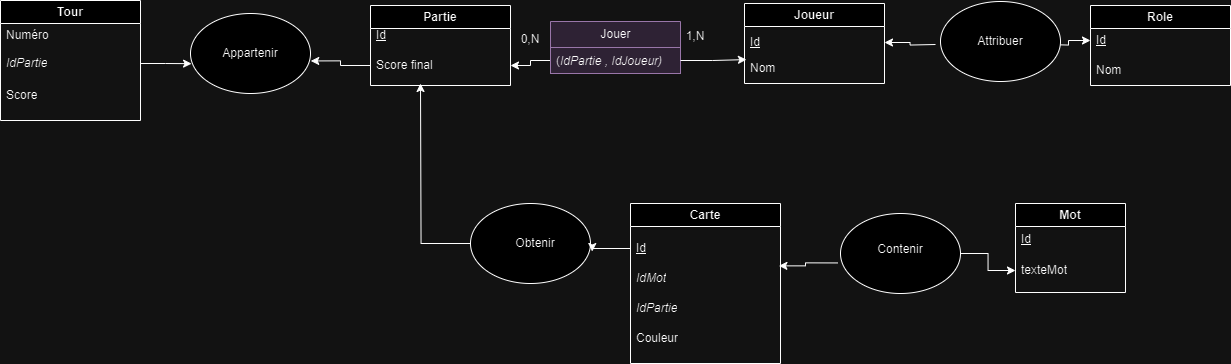
Above: Diagramme_Entités.drawio.png in Asuraa3/POLYNAMES (draw.io), before the change. Source tidied: cells renumbered, new cells last; positions are measured from the earlier drawing's top-left corner, leaving out a move shared by most shapes.
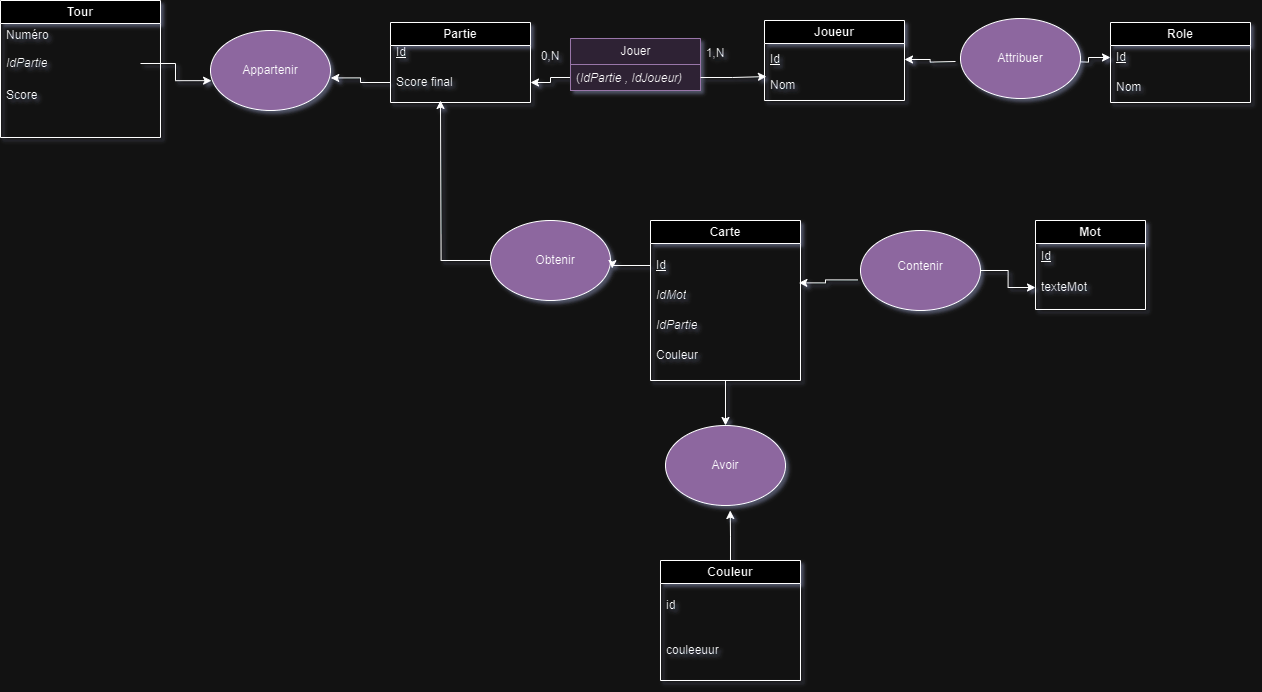
After the commit.

The edit, as a diff of the source:
```diff
@@ -38,6 +38,9 @@
     <mxCell id="13" value="Nom" style="text;strokeColor=none;fillColor=none;align=left;verticalAlign=middle;spacingLeft=4;spacingRight=4;overflow=hidden;points=[[0,0.5],[1,0.5]];portConstraint=eastwest;whiteSpace=wrap;html=1;" parent="11" vertex="1">
       <mxGeometry y="50" width="140" height="30" as="geometry" />
     </mxCell>
+    <mxCell id="45" style="edgeStyle=orthogonalEdgeStyle;rounded=0;jettySize=auto;html=1;exitX=0.5;exitY=1;exitDx=0;exitDy=0;entryX=0.5;entryY=0;entryDx=0;entryDy=0;" parent="1" edge="1" source="14" target="50">
+      <mxGeometry relative="1" as="geometry" />
+    </mxCell>
     <mxCell id="14" value="Carte" style="swimlane;whiteSpace=wrap;html=1;" parent="1" vertex="1">
       <mxGeometry x="630" y="203" width="150" height="160" as="geometry" />
     </mxCell>
@@ -54,7 +57,7 @@
       <mxGeometry y="120" width="140" height="30" as="geometry" />
     </mxCell>
     <mxCell id="19" value="Tour" style="swimlane;whiteSpace=wrap;html=1;" parent="1" vertex="1">
-      <mxGeometry width="140" height="120" as="geometry" />
+      <mxGeometry x="-20" y="-17" width="160" height="137" as="geometry" />
     </mxCell>
     <mxCell id="20" value="Numéro" style="text;strokeColor=none;fillColor=none;align=left;verticalAlign=middle;spacingLeft=4;spacingRight=4;overflow=hidden;whiteSpace=wrap;html=1;" parent="19" vertex="1">
       <mxGeometry y="20" width="140" height="30" as="geometry" />
@@ -99,13 +102,13 @@
     <mxCell id="32" style="edgeStyle=orthogonalEdgeStyle;rounded=0;jettySize=auto;html=1;exitX=-0.021;exitY=0.618;exitDx=0;exitDy=0;entryX=1.06;entryY=0.079;entryDx=0;entryDy=0;entryPerimeter=0;exitPerimeter=0;" parent="1" edge="1" source="35" target="16">
       <mxGeometry relative="1" as="geometry" />
     </mxCell>
-    <mxCell id="33" style="ellipse;whiteSpace=wrap;html=1;" parent="1" vertex="1">
+    <mxCell id="33" style="ellipse;whiteSpace=wrap;html=1;fillColor=#A680B8;" parent="1" vertex="1">
       <mxGeometry x="940" y="1" width="120" height="80" as="geometry" />
     </mxCell>
     <mxCell id="34" value="Attribuer" style="text;strokeColor=none;align=center;fillColor=none;html=1;verticalAlign=middle;whiteSpace=wrap;rounded=0;" parent="1" vertex="1">
       <mxGeometry x="970" y="26" width="60" height="30" as="geometry" />
     </mxCell>
-    <mxCell id="35" style="ellipse;whiteSpace=wrap;html=1;" parent="1" vertex="1">
+    <mxCell id="35" style="ellipse;whiteSpace=wrap;html=1;fillColor=#A680B8;" parent="1" vertex="1">
       <mxGeometry x="840" y="213" width="120" height="80" as="geometry" />
     </mxCell>
     <mxCell id="36" value="Contenir" style="text;strokeColor=none;align=center;fillColor=none;html=1;verticalAlign=middle;whiteSpace=wrap;rounded=0;" parent="1" vertex="1">
@@ -116,10 +119,10 @@
         <mxPoint x="420" y="83" as="targetPoint" />
       </mxGeometry>
     </mxCell>
-    <mxCell id="38" style="ellipse;whiteSpace=wrap;html=1;fontStyle=1;" parent="1" vertex="1">
+    <mxCell id="38" style="ellipse;whiteSpace=wrap;html=1;fontStyle=1;fillColor=#A680B8;" parent="1" vertex="1">
       <mxGeometry x="470" y="203" width="120" height="80" as="geometry" />
     </mxCell>
-    <mxCell id="39" style="ellipse;whiteSpace=wrap;html=1;" parent="1" vertex="1">
+    <mxCell id="39" style="ellipse;whiteSpace=wrap;html=1;fillColor=#A680B8;" parent="1" vertex="1">
       <mxGeometry x="190" y="13" width="120" height="80" as="geometry" />
     </mxCell>
     <mxCell id="40" value="Appartenir" style="text;strokeColor=none;align=center;fillColor=none;html=1;verticalAlign=middle;whiteSpace=wrap;rounded=0;" parent="1" vertex="1">
@@ -137,5 +140,25 @@
     <mxCell id="44" style="edgeStyle=orthogonalEdgeStyle;rounded=0;jettySize=auto;html=1;exitX=0;exitY=0.5;exitDx=0;exitDy=0;entryX=1.014;entryY=0.6;entryDx=0;entryDy=0;entryPerimeter=0;" parent="1" edge="1" source="15" target="38">
       <mxGeometry relative="1" as="geometry" />
     </mxCell>
+    <mxCell id="46" style="edgeStyle=orthogonalEdgeStyle;rounded=0;jettySize=auto;html=1;exitX=0.5;exitY=0;exitDx=0;exitDy=0;" parent="1" edge="1" source="47">
+      <mxGeometry relative="1" as="geometry">
+        <mxPoint x="709.7" y="493" as="targetPoint" />
+      </mxGeometry>
+    </mxCell>
+    <mxCell id="47" value="Couleur" style="swimlane;whiteSpace=wrap;html=1;" parent="1" vertex="1">
+      <mxGeometry x="640" y="543" width="140" height="120" as="geometry" />
+    </mxCell>
+    <mxCell id="48" value="id" style="text;strokeColor=none;fillColor=none;align=left;verticalAlign=middle;spacingLeft=4;spacingRight=4;overflow=hidden;whiteSpace=wrap;html=1;" parent="47" vertex="1">
+      <mxGeometry y="30" width="140" height="30" as="geometry" />
+    </mxCell>
+    <mxCell id="49" value="couleeuur&lt;div&gt;&lt;br&gt;&lt;/div&gt;" style="text;strokeColor=none;fillColor=none;align=left;verticalAlign=middle;spacingLeft=4;spacingRight=4;overflow=hidden;whiteSpace=wrap;html=1;" parent="47" vertex="1">
+      <mxGeometry y="80" width="140" height="30" as="geometry" />
+    </mxCell>
+    <mxCell id="50" style="ellipse;whiteSpace=wrap;html=1;fillColor=#A680B8;" parent="1" vertex="1">
+      <mxGeometry x="645" y="408" width="120" height="80" as="geometry" />
+    </mxCell>
+    <mxCell id="51" value="Avoir" style="text;strokeColor=none;align=center;fillColor=none;html=1;verticalAlign=middle;whiteSpace=wrap;rounded=0;" parent="1" vertex="1">
+      <mxGeometry x="675" y="433" width="60" height="30" as="geometry" />
+    </mxCell>
   </root>
 </mxGraphModel>
```
